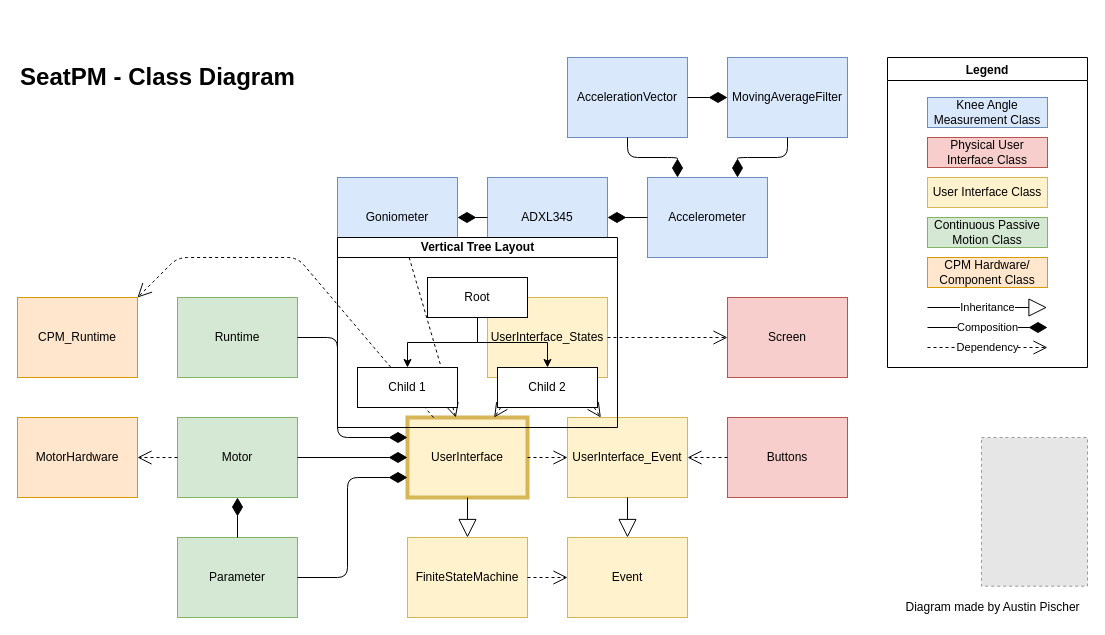
Earlier version of the draw.io diagram Documentation/classdiagram.drawio (austinpischer/SeatPM). Source tidied: cells renumbered, new cells numbered last; positions are measured from the earlier drawing's top-left corner, leaving out a move shared by most shapes. Both pictures are drawn from the tidied source at 100%, with x=0, y=0 at pixel (17, 57). Pictures stored in the file or linked from it are replaced by grey dashed boxes.
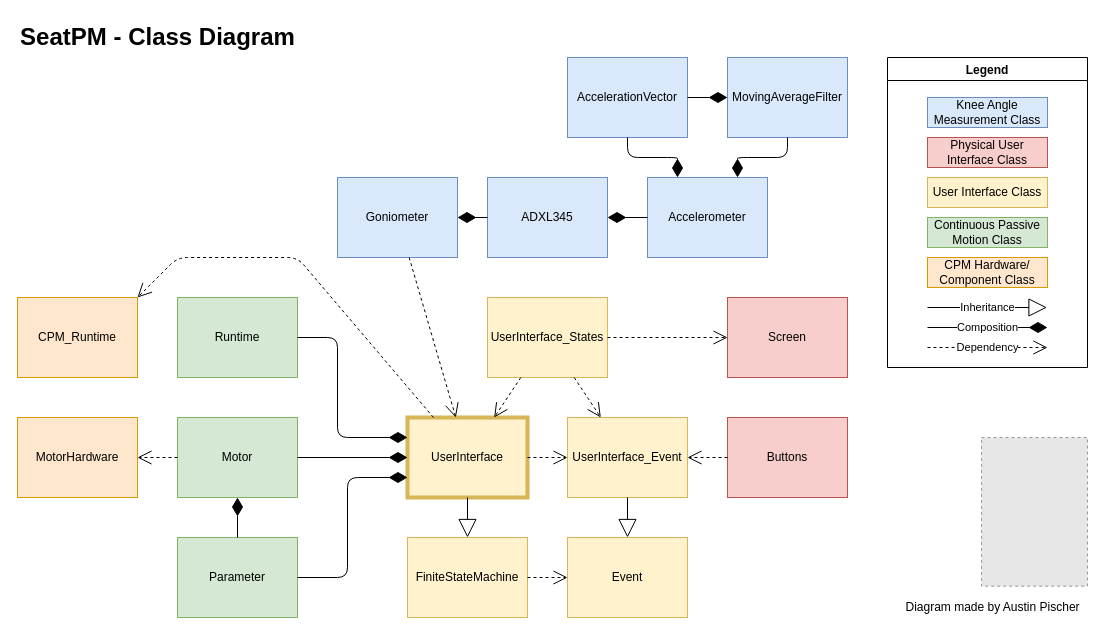
Above is the later version.

The edit, as a diff of the source:
```diff
@@
     <mxCell id="48" value="SeatPM - Class Diagram" style="text;strokeColor=none;fillColor=none;html=1;fontSize=24;fontStyle=1;verticalAlign=middle;align=center;" parent="1" vertex="1">
-      <mxGeometry width="280" height="40" as="geometry" />
+      <mxGeometry y="-40" width="280" height="40" as="geometry" />
     </mxCell>
@@
-    <mxCell id="51" value="Vertical Tree Layout" style="swimlane;html=1;startSize=20;horizontal=1;horizontalTree=0;containerType=tree;strokeWidth=1;" parent="1" vertex="1">
-      <mxGeometry x="320" y="180" width="280" height="190" as="geometry" />
-    </mxCell>
-    <mxCell id="52" value="Root" style="whiteSpace=wrap;html=1;" parent="51" vertex="1">
-      <mxGeometry x="90" y="40" width="100" height="40" as="geometry" />
-    </mxCell>
-    <mxCell id="53" value="Child 1" style="whiteSpace=wrap;html=1;" parent="51" vertex="1">
-      <mxGeometry x="20" y="130" width="100" height="40" as="geometry" />
-    </mxCell>
-    <mxCell id="54" style="edgeStyle=elbowEdgeStyle;elbow=vertical;html=1;rounded=0;" parent="51" edge="1" source="52" target="53">
-      <mxGeometry relative="1" as="geometry" />
-    </mxCell>
-    <mxCell id="55" value="Child 2" style="whiteSpace=wrap;html=1;" parent="51" vertex="1">
-      <mxGeometry x="160" y="130" width="100" height="40" as="geometry" />
-    </mxCell>
-    <mxCell id="56" style="edgeStyle=elbowEdgeStyle;elbow=vertical;html=1;rounded=0;" parent="51" edge="1" source="52" target="55">
-      <mxGeometry relative="1" as="geometry" />
-    </mxCell>
```
